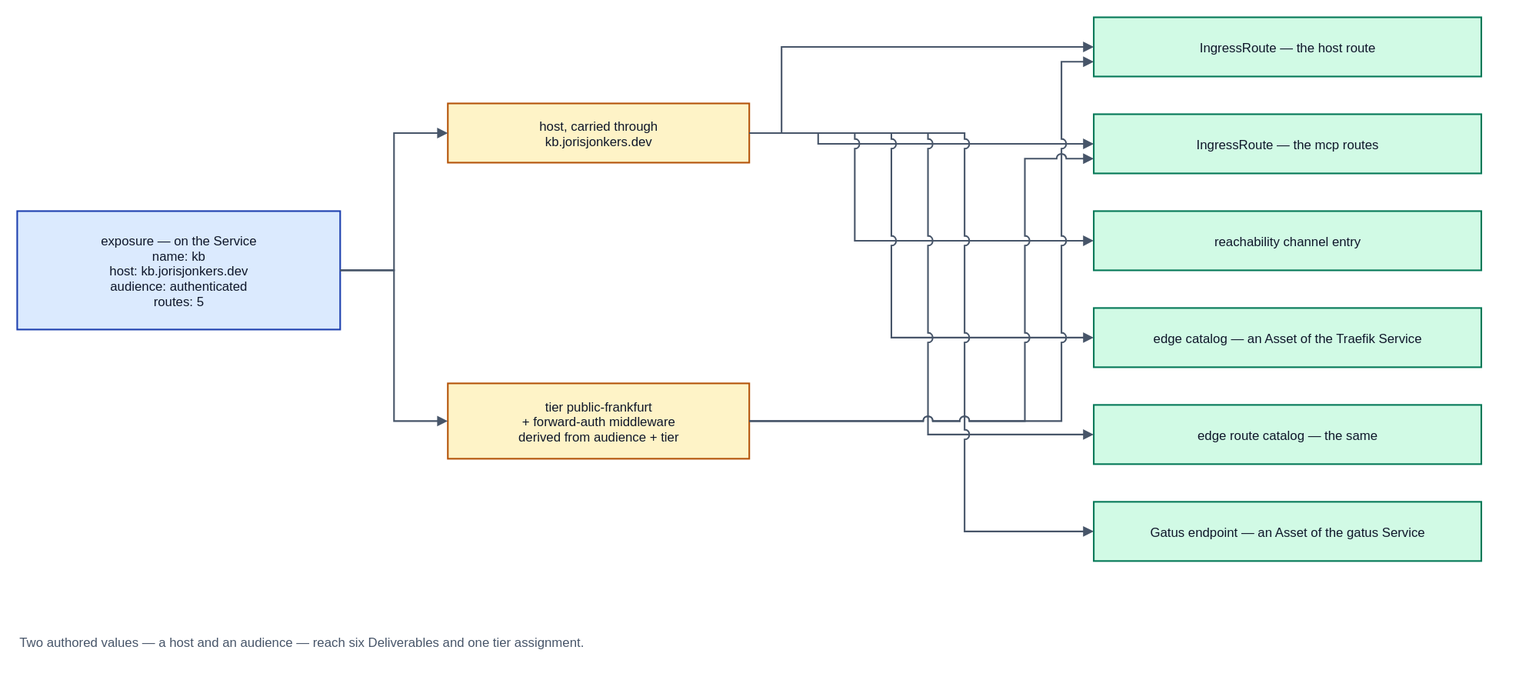
JorisJonkers-dev/deploy-kit keeps this draw.io diagram as spec/v1/diagrams/16-exposure-trace.drawio.svg. Above is the earlier version. Source tidied: cells renumbered, new cells last; positions are measured from the earlier drawing's top-left corner, leaving out a move shared by most shapes.
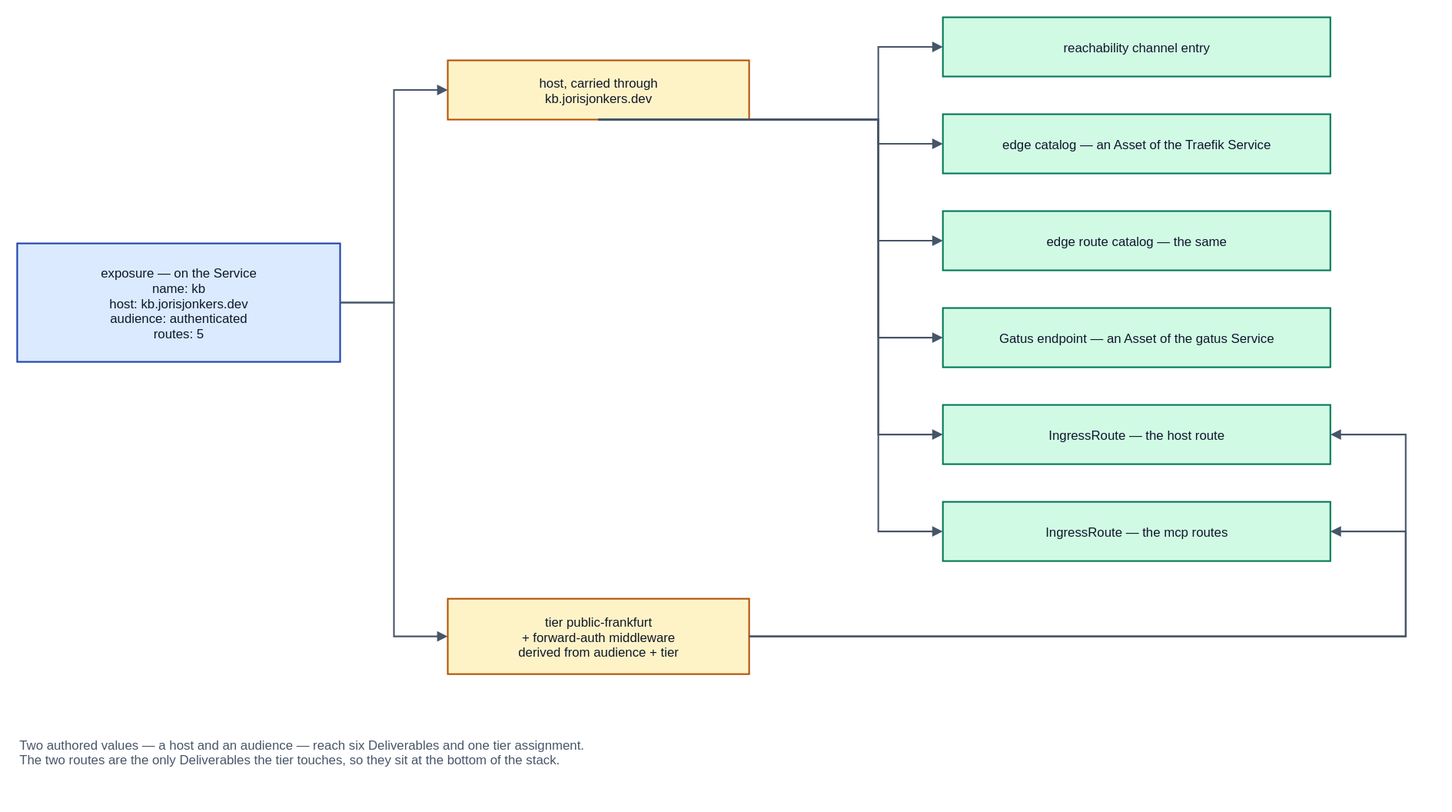
After the commit.

Commit message:
docs(diagrams): draw the derivation map as a matrix, and untangle the trace

Change to the diagram source:
```diff
@@ -3,114 +3,108 @@
     <mxCell id="0" />
     <mxCell id="1" parent="0" />
     <mxCell id="2" value="exposure  —  on the Service&#10;name: kb&#10;host: kb.jorisjonkers.dev&#10;audience: authenticated&#10;routes: 5" style="rounded=0;whiteSpace=nowrap;html=0;align=center;verticalAlign=middle;fillColor=#dbeafe;strokeColor=#1e40af;strokeWidth=1.5;fontFamily=Helvetica;fontSize=12;fontColor=#0f172a;" parent="1" vertex="1">
-      <mxGeometry y="180" width="300" height="110" as="geometry" />
+      <mxGeometry x="140" y="210" width="300" height="110" as="geometry" />
     </mxCell>
     <mxCell id="3" value="host, carried through&#10;kb.jorisjonkers.dev" style="rounded=0;whiteSpace=nowrap;html=0;align=center;verticalAlign=middle;fillColor=#fef3c7;strokeColor=#b45309;strokeWidth=1.5;fontFamily=Helvetica;fontSize=12;fontColor=#0f172a;" parent="1" vertex="1">
-      <mxGeometry x="400" y="80" width="280" height="55" as="geometry" />
+      <mxGeometry x="540" y="40" width="280" height="55" as="geometry" />
     </mxCell>
     <mxCell id="4" value="tier public-frankfurt&#10;+ forward-auth middleware&#10;derived from audience + tier" style="rounded=0;whiteSpace=nowrap;html=0;align=center;verticalAlign=middle;fillColor=#fef3c7;strokeColor=#b45309;strokeWidth=1.5;fontFamily=Helvetica;fontSize=12;fontColor=#0f172a;" parent="1" vertex="1">
-      <mxGeometry x="400" y="340" width="280" height="70" as="geometry" />
+      <mxGeometry x="540" y="540" width="280" height="70" as="geometry" />
     </mxCell>
-    <mxCell id="5" value="IngressRoute  —  the host route" style="rounded=0;whiteSpace=nowrap;html=0;align=center;verticalAlign=middle;fillColor=#d1fae5;strokeColor=#047857;strokeWidth=1.5;fontFamily=Helvetica;fontSize=12;fontColor=#0f172a;" parent="1" vertex="1">
+    <mxCell id="5" value="reachability channel entry" style="rounded=0;whiteSpace=nowrap;html=0;align=center;verticalAlign=middle;fillColor=#d1fae5;strokeColor=#047857;strokeWidth=1.5;fontFamily=Helvetica;fontSize=12;fontColor=#0f172a;" parent="1" vertex="1">
       <mxGeometry x="1000" width="360" height="55" as="geometry" />
     </mxCell>
-    <mxCell id="6" value="IngressRoute  —  the mcp routes" style="rounded=0;whiteSpace=nowrap;html=0;align=center;verticalAlign=middle;fillColor=#d1fae5;strokeColor=#047857;strokeWidth=1.5;fontFamily=Helvetica;fontSize=12;fontColor=#0f172a;" parent="1" vertex="1">
+    <mxCell id="6" value="edge catalog  —  an Asset of the Traefik Service" style="rounded=0;whiteSpace=nowrap;html=0;align=center;verticalAlign=middle;fillColor=#d1fae5;strokeColor=#047857;strokeWidth=1.5;fontFamily=Helvetica;fontSize=12;fontColor=#0f172a;" parent="1" vertex="1">
       <mxGeometry x="1000" y="90" width="360" height="55" as="geometry" />
     </mxCell>
-    <mxCell id="7" value="reachability channel entry" style="rounded=0;whiteSpace=nowrap;html=0;align=center;verticalAlign=middle;fillColor=#d1fae5;strokeColor=#047857;strokeWidth=1.5;fontFamily=Helvetica;fontSize=12;fontColor=#0f172a;" parent="1" vertex="1">
+    <mxCell id="7" value="edge route catalog  —  the same" style="rounded=0;whiteSpace=nowrap;html=0;align=center;verticalAlign=middle;fillColor=#d1fae5;strokeColor=#047857;strokeWidth=1.5;fontFamily=Helvetica;fontSize=12;fontColor=#0f172a;" parent="1" vertex="1">
       <mxGeometry x="1000" y="180" width="360" height="55" as="geometry" />
     </mxCell>
-    <mxCell id="8" value="edge catalog  —  an Asset of the Traefik Service" style="rounded=0;whiteSpace=nowrap;html=0;align=center;verticalAlign=middle;fillColor=#d1fae5;strokeColor=#047857;strokeWidth=1.5;fontFamily=Helvetica;fontSize=12;fontColor=#0f172a;" parent="1" vertex="1">
+    <mxCell id="8" value="Gatus endpoint  —  an Asset of the gatus Service" style="rounded=0;whiteSpace=nowrap;html=0;align=center;verticalAlign=middle;fillColor=#d1fae5;strokeColor=#047857;strokeWidth=1.5;fontFamily=Helvetica;fontSize=12;fontColor=#0f172a;" parent="1" vertex="1">
       <mxGeometry x="1000" y="270" width="360" height="55" as="geometry" />
     </mxCell>
-    <mxCell id="9" value="edge route catalog  —  the same" style="rounded=0;whiteSpace=nowrap;html=0;align=center;verticalAlign=middle;fillColor=#d1fae5;strokeColor=#047857;strokeWidth=1.5;fontFamily=Helvetica;fontSize=12;fontColor=#0f172a;" parent="1" vertex="1">
+    <mxCell id="9" value="IngressRoute  —  the host route" style="rounded=0;whiteSpace=nowrap;html=0;align=center;verticalAlign=middle;fillColor=#d1fae5;strokeColor=#047857;strokeWidth=1.5;fontFamily=Helvetica;fontSize=12;fontColor=#0f172a;" parent="1" vertex="1">
       <mxGeometry x="1000" y="360" width="360" height="55" as="geometry" />
     </mxCell>
-    <mxCell id="10" value="Gatus endpoint  —  an Asset of the gatus Service" style="rounded=0;whiteSpace=nowrap;html=0;align=center;verticalAlign=middle;fillColor=#d1fae5;strokeColor=#047857;strokeWidth=1.5;fontFamily=Helvetica;fontSize=12;fontColor=#0f172a;" parent="1" vertex="1">
+    <mxCell id="10" value="IngressRoute  —  the mcp routes" style="rounded=0;whiteSpace=nowrap;html=0;align=center;verticalAlign=middle;fillColor=#d1fae5;strokeColor=#047857;strokeWidth=1.5;fontFamily=Helvetica;fontSize=12;fontColor=#0f172a;" parent="1" vertex="1">
       <mxGeometry x="1000" y="450" width="360" height="55" as="geometry" />
     </mxCell>
     <mxCell id="11" style="edgeStyle=orthogonalEdgeStyle;rounded=0;html=0;jettySize=auto;jumpStyle=arc;jumpSize=8;endArrow=block;endFill=1;strokeColor=#475569;strokeWidth=1.5;fontSize=11;fontFamily=Helvetica;labelBackgroundColor=#ffffff;exitX=1;exitY=0.5;exitDx=0;exitDy=0;entryX=0;entryY=0.5;entryDx=0;entryDy=0;" parent="1" edge="1" source="2" target="3">
       <mxGeometry relative="1" as="geometry">
         <Array as="points">
-          <mxPoint x="350" y="235" />
-          <mxPoint x="350" y="107" />
+          <mxPoint x="490" y="265" />
+          <mxPoint x="490" y="67" />
         </Array>
       </mxGeometry>
     </mxCell>
     <mxCell id="12" style="edgeStyle=orthogonalEdgeStyle;rounded=0;html=0;jettySize=auto;jumpStyle=arc;jumpSize=8;endArrow=block;endFill=1;strokeColor=#475569;strokeWidth=1.5;fontSize=11;fontFamily=Helvetica;labelBackgroundColor=#ffffff;exitX=1;exitY=0.5;exitDx=0;exitDy=0;entryX=0;entryY=0.5;entryDx=0;entryDy=0;" parent="1" edge="1" source="2" target="4">
       <mxGeometry relative="1" as="geometry">
         <Array as="points">
-          <mxPoint x="350" y="235" />
-          <mxPoint x="350" y="375" />
+          <mxPoint x="490" y="265" />
+          <mxPoint x="490" y="575" />
         </Array>
       </mxGeometry>
     </mxCell>
-    <mxCell id="13" style="edgeStyle=orthogonalEdgeStyle;rounded=0;html=0;jettySize=auto;jumpStyle=arc;jumpSize=8;endArrow=block;endFill=1;strokeColor=#475569;strokeWidth=1.5;fontSize=11;fontFamily=Helvetica;labelBackgroundColor=#ffffff;exitX=1;exitY=0.5;exitDx=0;exitDy=0;entryX=0;entryY=0.5;entryDx=0;entryDy=0;" parent="1" edge="1" source="3" target="5">
+    <mxCell id="13" style="edgeStyle=orthogonalEdgeStyle;rounded=0;html=0;jettySize=auto;jumpStyle=arc;jumpSize=8;endArrow=block;endFill=1;strokeColor=#475569;strokeWidth=1.5;fontSize=11;fontFamily=Helvetica;labelBackgroundColor=#ffffff;exitX=0.5;exitY=1;exitDx=0;exitDy=0;entryX=0;entryY=0.5;entryDx=0;entryDy=0;" parent="1" edge="1" source="3" target="5">
       <mxGeometry relative="1" as="geometry">
         <Array as="points">
-          <mxPoint x="710" y="107" />
-          <mxPoint x="710" y="27" />
+          <mxPoint x="940" y="27" />
         </Array>
       </mxGeometry>
     </mxCell>
-    <mxCell id="14" style="edgeStyle=orthogonalEdgeStyle;rounded=0;html=0;jettySize=auto;jumpStyle=arc;jumpSize=8;endArrow=block;endFill=1;strokeColor=#475569;strokeWidth=1.5;fontSize=11;fontFamily=Helvetica;labelBackgroundColor=#ffffff;exitX=1;exitY=0.5;exitDx=0;exitDy=0;entryX=0;entryY=0.5;entryDx=0;entryDy=0;" parent="1" edge="1" source="3" target="6">
+    <mxCell id="14" style="edgeStyle=orthogonalEdgeStyle;rounded=0;html=0;jettySize=auto;jumpStyle=arc;jumpSize=8;endArrow=block;endFill=1;strokeColor=#475569;strokeWidth=1.5;fontSize=11;fontFamily=Helvetica;labelBackgroundColor=#ffffff;exitX=0.5;exitY=1;exitDx=0;exitDy=0;entryX=0;entryY=0.5;entryDx=0;entryDy=0;" parent="1" edge="1" source="3" target="6">
       <mxGeometry relative="1" as="geometry">
         <Array as="points">
-          <mxPoint x="744" y="107" />
-          <mxPoint x="744" y="117" />
+          <mxPoint x="940" y="117" />
         </Array>
       </mxGeometry>
     </mxCell>
-    <mxCell id="15" style="edgeStyle=orthogonalEdgeStyle;rounded=0;html=0;jettySize=auto;jumpStyle=arc;jumpSize=8;endArrow=block;endFill=1;strokeColor=#475569;strokeWidth=1.5;fontSize=11;fontFamily=Helvetica;labelBackgroundColor=#ffffff;exitX=1;exitY=0.5;exitDx=0;exitDy=0;entryX=0;entryY=0.5;entryDx=0;entryDy=0;" parent="1" edge="1" source="3" target="7">
+    <mxCell id="15" style="edgeStyle=orthogonalEdgeStyle;rounded=0;html=0;jettySize=auto;jumpStyle=arc;jumpSize=8;endArrow=block;endFill=1;strokeColor=#475569;strokeWidth=1.5;fontSize=11;fontFamily=Helvetica;labelBackgroundColor=#ffffff;exitX=0.5;exitY=1;exitDx=0;exitDy=0;entryX=0;entryY=0.5;entryDx=0;entryDy=0;" parent="1" edge="1" source="3" target="7">
       <mxGeometry relative="1" as="geometry">
         <Array as="points">
-          <mxPoint x="778" y="107" />
-          <mxPoint x="778" y="207" />
+          <mxPoint x="940" y="207" />
         </Array>
       </mxGeometry>
     </mxCell>
-    <mxCell id="16" style="edgeStyle=orthogonalEdgeStyle;rounded=0;html=0;jettySize=auto;jumpStyle=arc;jumpSize=8;endArrow=block;endFill=1;strokeColor=#475569;strokeWidth=1.5;fontSize=11;fontFamily=Helvetica;labelBackgroundColor=#ffffff;exitX=1;exitY=0.5;exitDx=0;exitDy=0;entryX=0;entryY=0.5;entryDx=0;entryDy=0;" parent="1" edge="1" source="3" target="8">
+    <mxCell id="16" style="edgeStyle=orthogonalEdgeStyle;rounded=0;html=0;jettySize=auto;jumpStyle=arc;jumpSize=8;endArrow=block;endFill=1;strokeColor=#475569;strokeWidth=1.5;fontSize=11;fontFamily=Helvetica;labelBackgroundColor=#ffffff;exitX=0.5;exitY=1;exitDx=0;exitDy=0;entryX=0;entryY=0.5;entryDx=0;entryDy=0;" parent="1" edge="1" source="3" target="8">
       <mxGeometry relative="1" as="geometry">
         <Array as="points">
-          <mxPoint x="812" y="107" />
-          <mxPoint x="812" y="297" />
+          <mxPoint x="940" y="297" />
         </Array>
       </mxGeometry>
     </mxCell>
-    <mxCell id="17" style="edgeStyle=orthogonalEdgeStyle;rounded=0;html=0;jettySize=auto;jumpStyle=arc;jumpSize=8;endArrow=block;endFill=1;strokeColor=#475569;strokeWidth=1.5;fontSize=11;fontFamily=Helvetica;labelBackgroundColor=#ffffff;exitX=1;exitY=0.5;exitDx=0;exitDy=0;entryX=0;entryY=0.5;entryDx=0;entryDy=0;" parent="1" edge="1" source="3" target="9">
+    <mxCell id="17" style="edgeStyle=orthogonalEdgeStyle;rounded=0;html=0;jettySize=auto;jumpStyle=arc;jumpSize=8;endArrow=block;endFill=1;strokeColor=#475569;strokeWidth=1.5;fontSize=11;fontFamily=Helvetica;labelBackgroundColor=#ffffff;exitX=0.5;exitY=1;exitDx=0;exitDy=0;entryX=0;entryY=0.5;entryDx=0;entryDy=0;" parent="1" edge="1" source="3" target="9">
       <mxGeometry relative="1" as="geometry">
         <Array as="points">
-          <mxPoint x="846" y="107" />
-          <mxPoint x="846" y="387" />
+          <mxPoint x="940" y="387" />
         </Array>
       </mxGeometry>
     </mxCell>
-    <mxCell id="18" style="edgeStyle=orthogonalEdgeStyle;rounded=0;html=0;jettySize=auto;jumpStyle=arc;jumpSize=8;endArrow=block;endFill=1;strokeColor=#475569;strokeWidth=1.5;fontSize=11;fontFamily=Helvetica;labelBackgroundColor=#ffffff;exitX=1;exitY=0.5;exitDx=0;exitDy=0;entryX=0;entryY=0.5;entryDx=0;entryDy=0;" parent="1" edge="1" source="3" target="10">
+    <mxCell id="18" style="edgeStyle=orthogonalEdgeStyle;rounded=0;html=0;jettySize=auto;jumpStyle=arc;jumpSize=8;endArrow=block;endFill=1;strokeColor=#475569;strokeWidth=1.5;fontSize=11;fontFamily=Helvetica;labelBackgroundColor=#ffffff;exitX=0.5;exitY=1;exitDx=0;exitDy=0;entryX=0;entryY=0.5;entryDx=0;entryDy=0;" parent="1" edge="1" source="3" target="10">
       <mxGeometry relative="1" as="geometry">
         <Array as="points">
-          <mxPoint x="880" y="107" />
-          <mxPoint x="880" y="477" />
+          <mxPoint x="940" y="477" />
         </Array>
       </mxGeometry>
     </mxCell>
-    <mxCell id="19" style="edgeStyle=orthogonalEdgeStyle;rounded=0;html=0;jettySize=auto;jumpStyle=arc;jumpSize=8;endArrow=block;endFill=1;strokeColor=#475569;strokeWidth=1.5;fontSize=11;fontFamily=Helvetica;labelBackgroundColor=#ffffff;exitX=1;exitY=0.5;exitDx=0;exitDy=0;entryX=0;entryY=0.75;entryDx=0;entryDy=0;" parent="1" edge="1" source="4" target="5">
+    <mxCell id="19" style="edgeStyle=orthogonalEdgeStyle;rounded=0;html=0;jettySize=auto;jumpStyle=arc;jumpSize=8;endArrow=block;endFill=1;strokeColor=#475569;strokeWidth=1.5;fontSize=11;fontFamily=Helvetica;labelBackgroundColor=#ffffff;exitX=1;exitY=0.5;exitDx=0;exitDy=0;entryX=1;entryY=0.5;entryDx=0;entryDy=0;" parent="1" edge="1" source="4" target="9">
       <mxGeometry relative="1" as="geometry">
         <Array as="points">
-          <mxPoint x="970" y="375" />
-          <mxPoint x="970" y="41" />
+          <mxPoint x="1430" y="575" />
+          <mxPoint x="1430" y="387" />
         </Array>
       </mxGeometry>
     </mxCell>
-    <mxCell id="20" style="edgeStyle=orthogonalEdgeStyle;rounded=0;html=0;jettySize=auto;jumpStyle=arc;jumpSize=8;endArrow=block;endFill=1;strokeColor=#475569;strokeWidth=1.5;fontSize=11;fontFamily=Helvetica;labelBackgroundColor=#ffffff;exitX=1;exitY=0.5;exitDx=0;exitDy=0;entryX=0;entryY=0.75;entryDx=0;entryDy=0;" parent="1" edge="1" source="4" target="6">
+    <mxCell id="20" style="edgeStyle=orthogonalEdgeStyle;rounded=0;html=0;jettySize=auto;jumpStyle=arc;jumpSize=8;endArrow=block;endFill=1;strokeColor=#475569;strokeWidth=1.5;fontSize=11;fontFamily=Helvetica;labelBackgroundColor=#ffffff;exitX=1;exitY=0.5;exitDx=0;exitDy=0;entryX=1;entryY=0.5;entryDx=0;entryDy=0;" parent="1" edge="1" source="4" target="10">
       <mxGeometry relative="1" as="geometry">
         <Array as="points">
-          <mxPoint x="936" y="375" />
-          <mxPoint x="936" y="131" />
+          <mxPoint x="1430" y="575" />
+          <mxPoint x="1430" y="477" />
         </Array>
       </mxGeometry>
     </mxCell>
-    <mxCell id="21" value="Two authored values  —  a host and an audience  —  reach six Deliverables and one tier assignment." style="text;html=0;strokeColor=none;fillColor=none;align=left;verticalAlign=middle;fontFamily=Helvetica;fontSize=12;fontColor=#475569;" parent="1" vertex="1">
-      <mxGeometry y="560" width="800" height="40" as="geometry" />
+    <mxCell id="21" value="Two authored values  —  a host and an audience  —  reach six Deliverables and one tier assignment.&#10;The two routes are the only Deliverables the tier touches, so they sit at the bottom of the stack." style="text;html=0;strokeColor=none;fillColor=none;align=left;verticalAlign=middle;fontFamily=Helvetica;fontSize=12;fontColor=#475569;" parent="1" vertex="1">
+      <mxGeometry x="140" y="660" width="800" height="44" as="geometry" />
     </mxCell>
   </root>
 </mxGraphModel>
```
